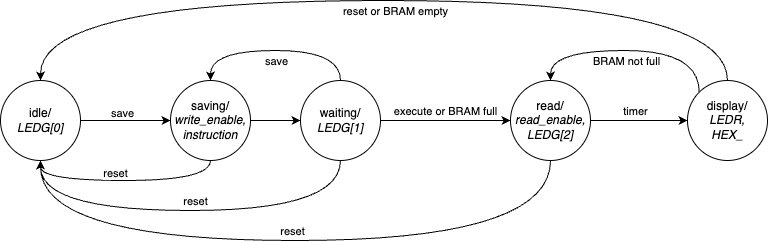
Before: FSM.png, a diagram exported from draw.io (jamesolee/MTRX3700-A1-Group17). Source tidied: cells renumbered, new cells last; positions are measured from the earlier drawing's top-left corner, leaving out a move shared by most shapes.
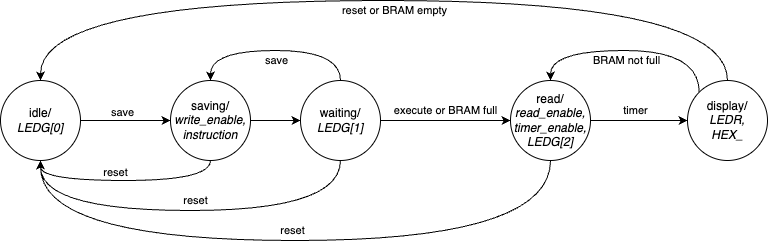
The same diagram one commit later.

Diff of the diagram source:
```diff
@@ -85,7 +85,7 @@
         <mxPoint x="-2" y="-8" as="offset" />
       </mxGeometry>
     </mxCell>
-    <mxCell id="20" value="read/&lt;br&gt;&lt;i&gt;read_enable,&lt;br&gt;LEDG[2]&lt;br&gt;&lt;/i&gt;" style="ellipse;whiteSpace=wrap;html=1;" parent="1" vertex="1">
+    <mxCell id="20" value="read/&lt;br&gt;&lt;i&gt;read_enable,&lt;br&gt;timer_enable,&lt;br&gt;LEDG[2]&lt;br&gt;&lt;/i&gt;" style="ellipse;whiteSpace=wrap;html=1;" parent="1" vertex="1">
       <mxGeometry x="510" y="80" width="80" height="80" as="geometry" />
     </mxCell>
     <mxCell id="21" style="edgeStyle=orthogonalEdgeStyle;rounded=0;jettySize=auto;html=1;exitX=0.5;exitY=0;exitDx=0;exitDy=0;entryX=0.5;entryY=0;entryDx=0;entryDy=0;curved=1;" parent="1" edge="1" source="25" target="4">
```
